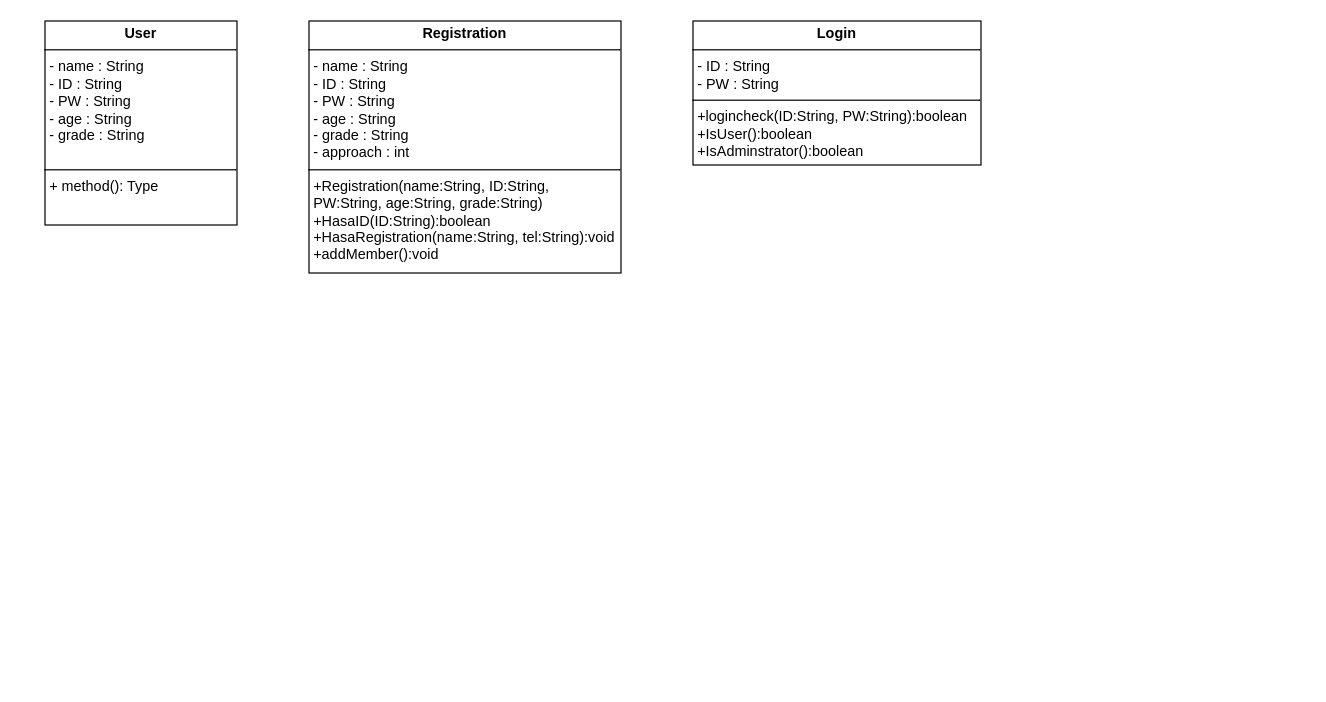
sangminla/MCW keeps this draw.io diagram as 제목 없는 다이어그램.drawio. Above is the earlier version. Source tidied: cells renumbered, new cells numbered last; positions are measured from the earlier drawing's top-left corner, leaving out a move shared by most shapes. Both pictures are drawn from the tidied source at 120%, with x=0, y=0 at pixel (44, 20).
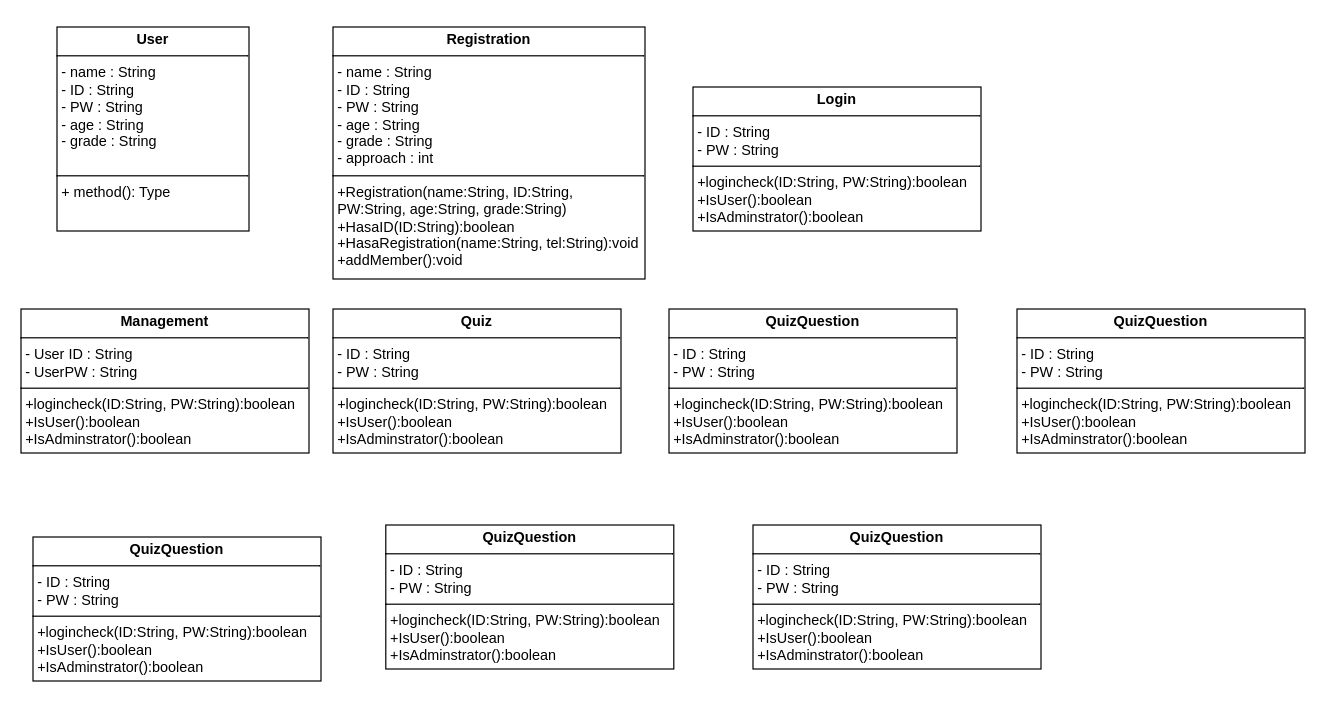
After the change.

Commit message:
Update 제목 없는 다이어그램.drawio

The edit, as a diff of the source:
```diff
@@
 <mxGraphModel>
   <root>
     <mxCell id="0" />
     <mxCell id="1" parent="0" />
     <mxCell id="2" value="&lt;p style=&quot;margin:0px;margin-top:4px;text-align:center;&quot;&gt;&lt;b&gt;User&lt;/b&gt;&lt;/p&gt;&lt;hr size=&quot;1&quot; style=&quot;border-style:solid;&quot;&gt;&lt;p style=&quot;margin:0px;margin-left:4px;&quot;&gt;- name : String&lt;br&gt;- ID : String&lt;br&gt;- PW : String&lt;/p&gt;&lt;p style=&quot;margin:0px;margin-left:4px;&quot;&gt;- age : String&lt;br&gt;- grade : String&lt;br&gt;&lt;br&gt;&lt;/p&gt;&lt;hr size=&quot;1&quot; style=&quot;border-style:solid;&quot;&gt;&lt;p style=&quot;margin:0px;margin-left:4px;&quot;&gt;+ method(): Type&lt;/p&gt;" style="verticalAlign=top;align=left;overflow=fill;html=1;whiteSpace=wrap;" parent="1" vertex="1">
-      <mxGeometry width="160" height="170" as="geometry" />
+      <mxGeometry x="10" y="5" width="160" height="170" as="geometry" />
     </mxCell>
     <mxCell id="3" value="&lt;p style=&quot;margin:0px;margin-top:4px;text-align:center;&quot;&gt;&lt;b&gt;Registration&lt;/b&gt;&lt;/p&gt;&lt;hr size=&quot;1&quot; style=&quot;border-style:solid;&quot;&gt;&lt;p style=&quot;margin: 0px 0px 0px 4px;&quot;&gt;- name : String&lt;br&gt;- ID : String&lt;br&gt;- PW : String&lt;/p&gt;&lt;p style=&quot;margin: 0px 0px 0px 4px;&quot;&gt;- age : String&lt;br&gt;- grade : String&lt;br&gt;&lt;/p&gt;&lt;p style=&quot;margin: 0px 0px 0px 4px;&quot;&gt;- approach : int&lt;/p&gt;&lt;hr size=&quot;1&quot; style=&quot;border-style:solid;&quot;&gt;&lt;p style=&quot;margin:0px;margin-left:4px;&quot;&gt; +Registration(name:String, ID:String, PW:String, age:String, grade:String)&amp;nbsp;&lt;br&gt;+HasaID(ID:String):boolean&lt;br&gt;+HasaRegistration(name:String, tel:String):void&lt;br&gt; +addMember():void&lt;/p&gt;" style="verticalAlign=top;align=left;overflow=fill;html=1;whiteSpace=wrap;" parent="1" vertex="1">
-      <mxGeometry x="220" width="260" height="210" as="geometry" />
+      <mxGeometry x="240" y="5" width="260" height="210" as="geometry" />
     </mxCell>
     <mxCell id="4" value="&lt;p style=&quot;margin:0px;margin-top:4px;text-align:center;&quot;&gt;&lt;b&gt;Login&lt;/b&gt;&lt;/p&gt;&lt;hr size=&quot;1&quot; style=&quot;border-style:solid;&quot;&gt;&lt;p style=&quot;margin:0px;margin-left:4px;&quot;&gt;- ID : String&lt;/p&gt;&lt;p style=&quot;margin:0px;margin-left:4px;&quot;&gt;- PW : String&lt;/p&gt;&lt;hr size=&quot;1&quot; style=&quot;border-style:solid;&quot;&gt;&lt;p style=&quot;margin:0px;margin-left:4px;&quot;&gt;+logincheck(ID:String, PW:String):boolean&amp;nbsp; +IsUser():boolean&lt;/p&gt;&lt;p style=&quot;margin:0px;margin-left:4px;&quot;&gt;+IsAdminstrator():boolean&lt;/p&gt;" style="verticalAlign=top;align=left;overflow=fill;html=1;whiteSpace=wrap;" parent="1" vertex="1">
-      <mxGeometry x="540" width="240" height="120" as="geometry" />
+      <mxGeometry x="540" y="55" width="240" height="120" as="geometry" />
     </mxCell>
+    <mxCell id="5" value="&lt;p style=&quot;margin:0px;margin-top:4px;text-align:center;&quot;&gt;&lt;b&gt;QuizQuestion&lt;/b&gt;&lt;/p&gt;&lt;hr size=&quot;1&quot; style=&quot;border-style:solid;&quot;&gt;&lt;p style=&quot;margin:0px;margin-left:4px;&quot;&gt;- ID : String&lt;/p&gt;&lt;p style=&quot;margin:0px;margin-left:4px;&quot;&gt;- PW : String&lt;/p&gt;&lt;hr size=&quot;1&quot; style=&quot;border-style:solid;&quot;&gt;&lt;p style=&quot;margin:0px;margin-left:4px;&quot;&gt;+logincheck(ID:String, PW:String):boolean&amp;nbsp; +IsUser():boolean&lt;/p&gt;&lt;p style=&quot;margin:0px;margin-left:4px;&quot;&gt;+IsAdminstrator():boolean&lt;/p&gt;" style="verticalAlign=top;align=left;overflow=fill;html=1;whiteSpace=wrap;" parent="1" vertex="1">
+      <mxGeometry x="520" y="240" width="240" height="120" as="geometry" />
+    </mxCell>
+    <mxCell id="6" value="&lt;p style=&quot;margin:0px;margin-top:4px;text-align:center;&quot;&gt;&lt;b&gt;QuizQuestion&lt;/b&gt;&lt;/p&gt;&lt;hr size=&quot;1&quot; style=&quot;border-style:solid;&quot;&gt;&lt;p style=&quot;margin:0px;margin-left:4px;&quot;&gt;- ID : String&lt;/p&gt;&lt;p style=&quot;margin:0px;margin-left:4px;&quot;&gt;- PW : String&lt;/p&gt;&lt;hr size=&quot;1&quot; style=&quot;border-style:solid;&quot;&gt;&lt;p style=&quot;margin:0px;margin-left:4px;&quot;&gt;+logincheck(ID:String, PW:String):boolean&amp;nbsp; +IsUser():boolean&lt;/p&gt;&lt;p style=&quot;margin:0px;margin-left:4px;&quot;&gt;+IsAdminstrator():boolean&lt;/p&gt;" style="verticalAlign=top;align=left;overflow=fill;html=1;whiteSpace=wrap;" parent="1" vertex="1">
+      <mxGeometry x="810" y="240" width="240" height="120" as="geometry" />
+    </mxCell>
+    <mxCell id="7" value="&lt;p style=&quot;margin:0px;margin-top:4px;text-align:center;&quot;&gt;&lt;b&gt;Quiz&lt;/b&gt;&lt;/p&gt;&lt;hr size=&quot;1&quot; style=&quot;border-style:solid;&quot;&gt;&lt;p style=&quot;margin:0px;margin-left:4px;&quot;&gt;- ID : String&lt;/p&gt;&lt;p style=&quot;margin:0px;margin-left:4px;&quot;&gt;- PW : String&lt;/p&gt;&lt;hr size=&quot;1&quot; style=&quot;border-style:solid;&quot;&gt;&lt;p style=&quot;margin:0px;margin-left:4px;&quot;&gt;+logincheck(ID:String, PW:String):boolean&amp;nbsp; +IsUser():boolean&lt;/p&gt;&lt;p style=&quot;margin:0px;margin-left:4px;&quot;&gt;+IsAdminstrator():boolean&lt;/p&gt;" style="verticalAlign=top;align=left;overflow=fill;html=1;whiteSpace=wrap;" parent="1" vertex="1">
+      <mxGeometry x="240" y="240" width="240" height="120" as="geometry" />
+    </mxCell>
+    <mxCell id="8" value="&lt;p style=&quot;margin:0px;margin-top:4px;text-align:center;&quot;&gt;&lt;b&gt;Management&lt;/b&gt;&lt;/p&gt;&lt;hr size=&quot;1&quot; style=&quot;border-style:solid;&quot;&gt;&lt;p style=&quot;margin:0px;margin-left:4px;&quot;&gt;- User ID : String&lt;/p&gt;&lt;p style=&quot;margin:0px;margin-left:4px;&quot;&gt;- UserPW : String&lt;/p&gt;&lt;hr size=&quot;1&quot; style=&quot;border-style:solid;&quot;&gt;&lt;p style=&quot;margin:0px;margin-left:4px;&quot;&gt;+logincheck(ID:String, PW:String):boolean&amp;nbsp; +IsUser():boolean&lt;/p&gt;&lt;p style=&quot;margin:0px;margin-left:4px;&quot;&gt;+IsAdminstrator():boolean&lt;/p&gt;" style="verticalAlign=top;align=left;overflow=fill;html=1;whiteSpace=wrap;" parent="1" vertex="1">
+      <mxGeometry x="-20" y="240" width="240" height="120" as="geometry" />
+    </mxCell>
+    <mxCell id="9" value="&lt;p style=&quot;margin:0px;margin-top:4px;text-align:center;&quot;&gt;&lt;b&gt;QuizQuestion&lt;/b&gt;&lt;/p&gt;&lt;hr size=&quot;1&quot; style=&quot;border-style:solid;&quot;&gt;&lt;p style=&quot;margin:0px;margin-left:4px;&quot;&gt;- ID : String&lt;/p&gt;&lt;p style=&quot;margin:0px;margin-left:4px;&quot;&gt;- PW : String&lt;/p&gt;&lt;hr size=&quot;1&quot; style=&quot;border-style:solid;&quot;&gt;&lt;p style=&quot;margin:0px;margin-left:4px;&quot;&gt;+logincheck(ID:String, PW:String):boolean&amp;nbsp; +IsUser():boolean&lt;/p&gt;&lt;p style=&quot;margin:0px;margin-left:4px;&quot;&gt;+IsAdminstrator():boolean&lt;/p&gt;" style="verticalAlign=top;align=left;overflow=fill;html=1;whiteSpace=wrap;" parent="1" vertex="1">
+      <mxGeometry x="-10" y="430" width="240" height="120" as="geometry" />
+    </mxCell>
+    <mxCell id="10" value="&lt;p style=&quot;margin:0px;margin-top:4px;text-align:center;&quot;&gt;&lt;b&gt;QuizQuestion&lt;/b&gt;&lt;/p&gt;&lt;hr size=&quot;1&quot; style=&quot;border-style:solid;&quot;&gt;&lt;p style=&quot;margin:0px;margin-left:4px;&quot;&gt;- ID : String&lt;/p&gt;&lt;p style=&quot;margin:0px;margin-left:4px;&quot;&gt;- PW : String&lt;/p&gt;&lt;hr size=&quot;1&quot; style=&quot;border-style:solid;&quot;&gt;&lt;p style=&quot;margin:0px;margin-left:4px;&quot;&gt;+logincheck(ID:String, PW:String):boolean&amp;nbsp; +IsUser():boolean&lt;/p&gt;&lt;p style=&quot;margin:0px;margin-left:4px;&quot;&gt;+IsAdminstrator():boolean&lt;/p&gt;" style="verticalAlign=top;align=left;overflow=fill;html=1;whiteSpace=wrap;" parent="1" vertex="1">
+      <mxGeometry x="284" y="420" width="240" height="120" as="geometry" />
+    </mxCell>
+    <mxCell id="11" value="&lt;p style=&quot;margin:0px;margin-top:4px;text-align:center;&quot;&gt;&lt;b&gt;QuizQuestion&lt;/b&gt;&lt;/p&gt;&lt;hr size=&quot;1&quot; style=&quot;border-style:solid;&quot;&gt;&lt;p style=&quot;margin:0px;margin-left:4px;&quot;&gt;- ID : String&lt;/p&gt;&lt;p style=&quot;margin:0px;margin-left:4px;&quot;&gt;- PW : String&lt;/p&gt;&lt;hr size=&quot;1&quot; style=&quot;border-style:solid;&quot;&gt;&lt;p style=&quot;margin:0px;margin-left:4px;&quot;&gt;+logincheck(ID:String, PW:String):boolean&amp;nbsp; +IsUser():boolean&lt;/p&gt;&lt;p style=&quot;margin:0px;margin-left:4px;&quot;&gt;+IsAdminstrator():boolean&lt;/p&gt;" style="verticalAlign=top;align=left;overflow=fill;html=1;whiteSpace=wrap;" parent="1" vertex="1">
+      <mxGeometry x="590" y="420" width="240" height="120" as="geometry" />
+    </mxCell>
   </root>
 </mxGraphModel>
```
